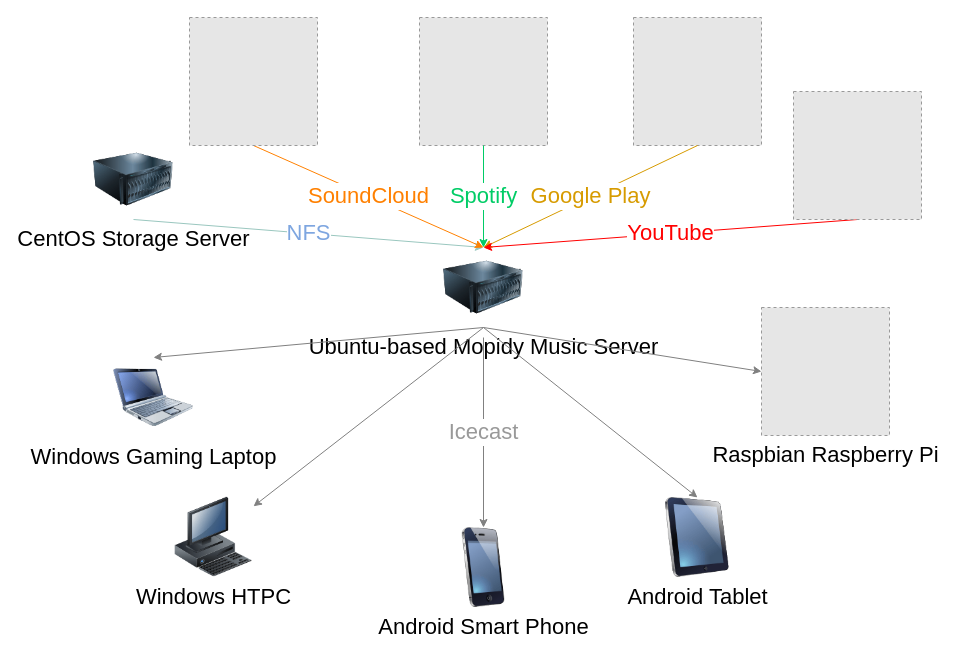
This is Music Streaming Service.drawio from syedrali/architecture, a draw.io file, before an edit. Source tidied: cells renumbered, new cells numbered last; positions are measured from the earlier drawing's top-left corner, leaving out a move shared by most shapes. Both pictures are drawn from the tidied source at 100%, with x=0, y=0 at pixel (93, 17). Pictures stored in the file or linked from it are replaced by grey dashed boxes.
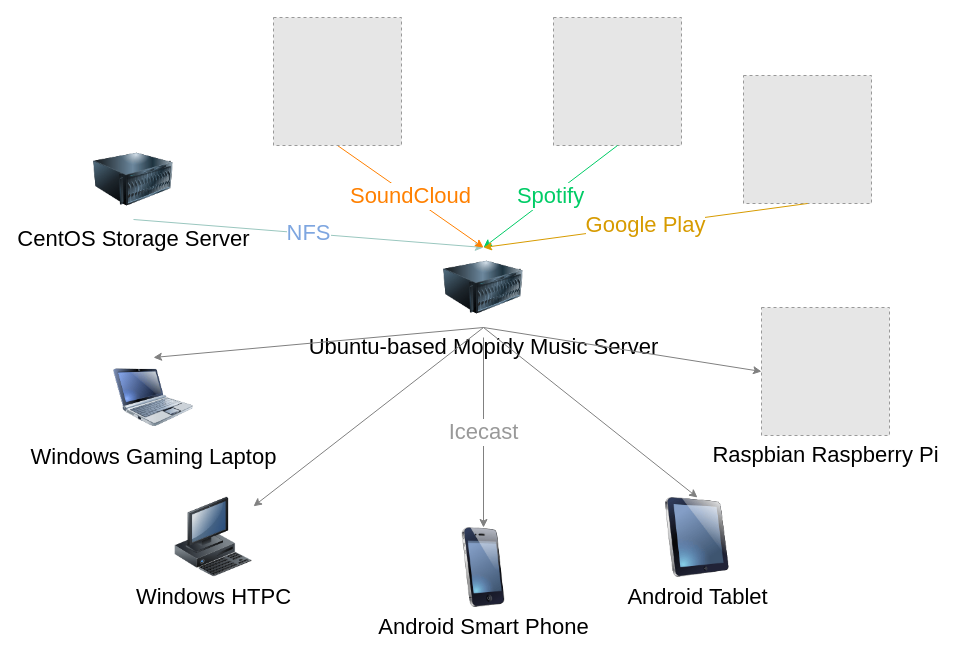
After the change.

Commit message (it also covers changes not shown here):
Removed YouTube from music streaming sources.

Unchanged cells that the change refers to:
```xml
<mxCell id="6" value="&lt;font style=&quot;font-size: 22px&quot;&gt;Ubuntu-based Mopidy Music Server&lt;br&gt;&lt;/font&gt;" style="image;html=1;labelBackgroundColor=#ffffff;image=img/lib/clip_art/computers/Server_128x128.png;" parent="1" vertex="1">
  <mxGeometry x="350" y="230" width="80" height="80" as="geometry" />
</mxCell>
```

The edit, as a diff of the source:
```diff
@@
     <mxCell id="11" value="&lt;br&gt;" style="fillColor=#E6E6E6;strokeColor=#999999;dashed=1;html=1;verticalAlign=top;verticalLabelPosition=bottom;labelBackgroundColor=#ffffff;fontColor=#00CC66;fontSize=22;" parent="1" vertex="1">
-      <mxGeometry x="326" width="128" height="128" as="geometry" />
+      <mxGeometry x="460" width="128" height="128" as="geometry" />
     </mxCell>
@@
     <mxCell id="13" style="fillColor=#E6E6E6;strokeColor=#999999;dashed=1;html=1;verticalAlign=top;verticalLabelPosition=bottom;labelBackgroundColor=#ffffff;fontSize=22;fontColor=#00CC66;" parent="1" vertex="1">
-      <mxGeometry x="540" width="128" height="128" as="geometry" />
+      <mxGeometry x="650" y="58" width="128" height="128" as="geometry" />
     </mxCell>
@@
-    <mxCell id="17" value="&lt;font&gt;YouTube&lt;br&gt;&lt;/font&gt;" style="endArrow=classic;html=1;entryX=0.5;entryY=0;entryDx=0;entryDy=0;fontColor=#FF0000;strokeColor=#FF0000;exitX=0.5;exitY=1;exitDx=0;exitDy=0;fillColor=#ffe6cc;fontSize=22;" parent="1" edge="1" source="18" target="6">
-      <mxGeometry relative="1" as="geometry" />
-    </mxCell>
-    <mxCell id="18" style="fillColor=#E6E6E6;strokeColor=#999999;dashed=1;html=1;verticalAlign=top;verticalLabelPosition=bottom;labelBackgroundColor=#ffffff;" parent="1" vertex="1">
-      <mxGeometry x="700" y="74" width="128" height="128" as="geometry" />
-    </mxCell>
@@
     <mxCell id="22" style="fillColor=#E6E6E6;strokeColor=#999999;dashed=1;html=1;verticalAlign=top;verticalLabelPosition=bottom;labelBackgroundColor=#ffffff;" parent="1" vertex="1">
-      <mxGeometry x="96" width="128" height="128" as="geometry" />
+      <mxGeometry x="180" width="128" height="128" as="geometry" />
     </mxCell>
```
